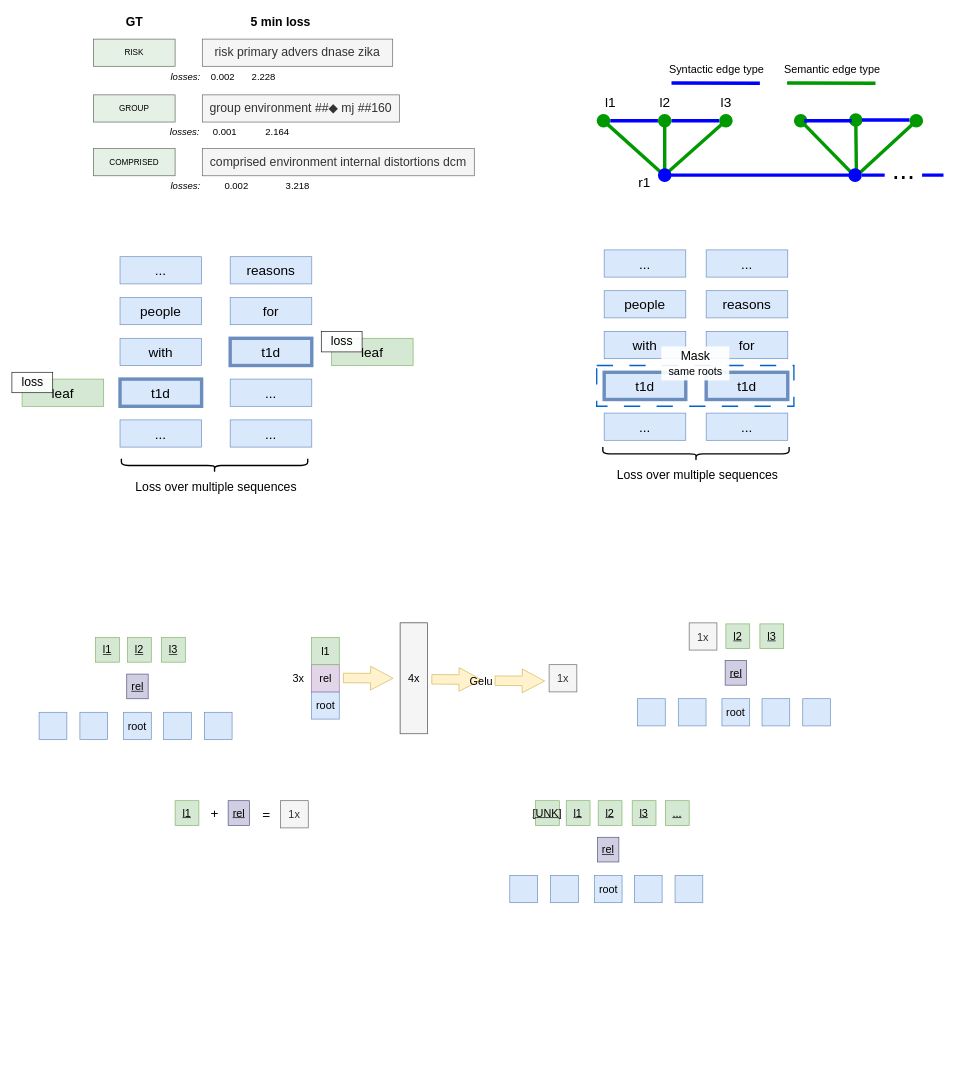
Above: page "Page-2" (2 of 2) of presentations/Untitled Diagram.drawio in across-stars/draw.io (draw.io), before the change. Source tidied: cells renumbered, new cells numbered last; positions are measured from the earlier drawing's top-left corner, leaving out a move shared by most shapes. Both pictures are drawn from the tidied source at 68%, with x=0, y=0 at pixel (12, 12).
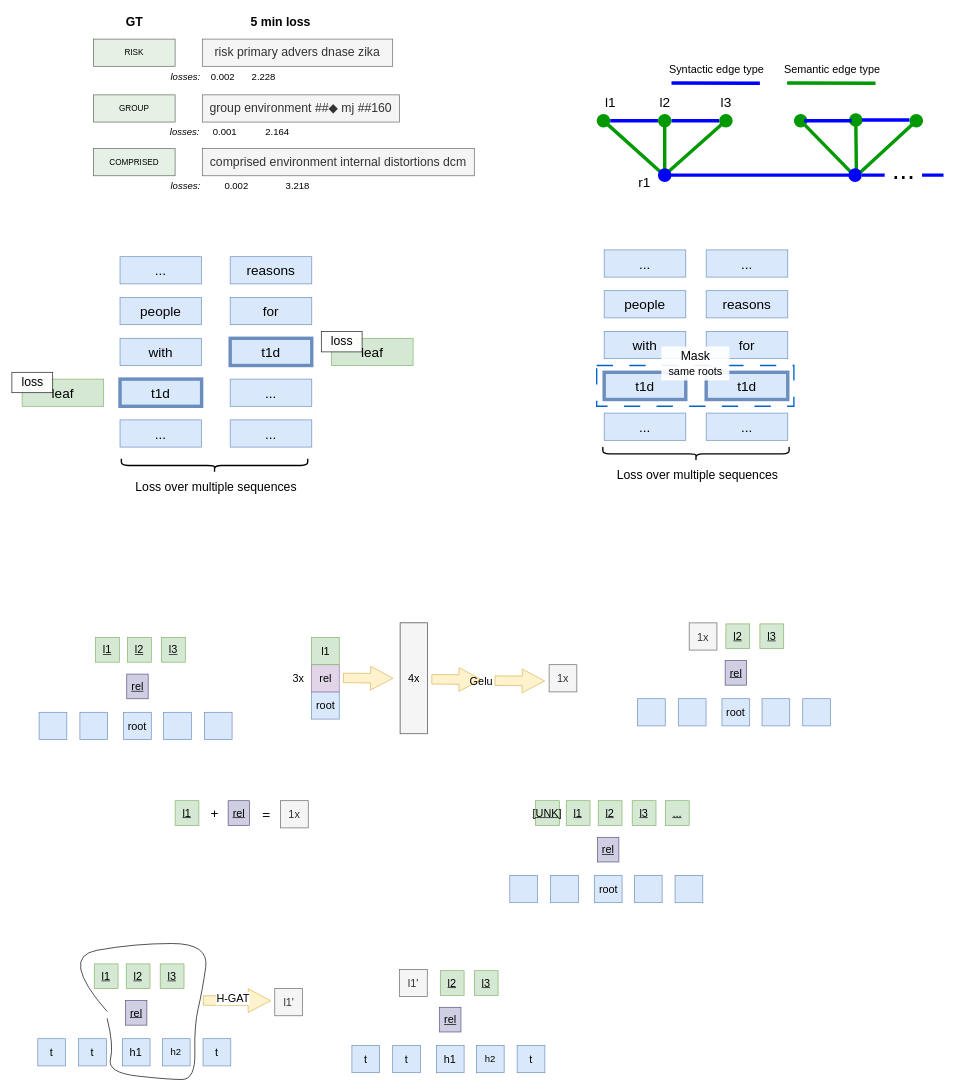
Above is the later version.

The edit, as a diff of the source:
```diff
@@
+    <mxCell id="116" value="&lt;font style=&quot;font-size: 16px;&quot;&gt;rel&lt;/font&gt;" style="rounded=0;whiteSpace=wrap;html=1;rotation=0;fillColor=#d0cee2;strokeColor=#56517e;fontStyle=4;" parent="1" vertex="1">
+      <mxGeometry x="167" y="1453.8" width="31.5" height="36.3" as="geometry" />
+    </mxCell>
+    <mxCell id="117" value="&lt;font style=&quot;font-size: 16px;&quot;&gt;l1&lt;/font&gt;" style="rounded=0;whiteSpace=wrap;html=1;rotation=0;fillColor=#d5e8d4;strokeColor=#82b366;fontStyle=4;" parent="1" vertex="1">
+      <mxGeometry x="121.1" y="1400" width="35" height="36.3" as="geometry" />
+    </mxCell>
+    <mxCell id="118" value="&lt;font style=&quot;font-size: 16px;&quot;&gt;l2&lt;/font&gt;" style="rounded=0;whiteSpace=wrap;html=1;rotation=0;fillColor=#d5e8d4;strokeColor=#82b366;fontStyle=4;" parent="1" vertex="1">
+      <mxGeometry x="168.1" y="1400" width="35" height="36.3" as="geometry" />
+    </mxCell>
+    <mxCell id="119" value="&lt;font style=&quot;font-size: 16px;&quot;&gt;l3&lt;/font&gt;" style="rounded=0;whiteSpace=wrap;html=1;rotation=0;fillColor=#d5e8d4;strokeColor=#82b366;fontStyle=4;" parent="1" vertex="1">
+      <mxGeometry x="218.1" y="1400" width="35" height="36.3" as="geometry" />
+    </mxCell>
+    <mxCell id="120" value="&lt;font size=&quot;3&quot;&gt;h1&lt;/font&gt;" style="rounded=0;whiteSpace=wrap;html=1;fillColor=#dae8fc;strokeColor=#6c8ebf;" parent="1" vertex="1">
+      <mxGeometry x="162.4" y="1510" width="40.8" height="40" as="geometry" />
+    </mxCell>
+    <mxCell id="121" value="&lt;font style=&quot;font-size: 14px;&quot;&gt;h2&lt;/font&gt;" style="rounded=0;whiteSpace=wrap;html=1;fillColor=#dae8fc;strokeColor=#6c8ebf;" parent="1" vertex="1">
+      <mxGeometry x="221.3" y="1510" width="40.8" height="40" as="geometry" />
+    </mxCell>
+    <mxCell id="122" value="&lt;font style=&quot;font-size: 16px;&quot;&gt;t&lt;/font&gt;" style="rounded=0;whiteSpace=wrap;html=1;fillColor=#dae8fc;strokeColor=#6c8ebf;" parent="1" vertex="1">
+      <mxGeometry x="281.1" y="1510" width="40.8" height="40" as="geometry" />
+    </mxCell>
+    <mxCell id="123" value="&lt;font style=&quot;font-size: 16px;&quot;&gt;t&lt;/font&gt;" style="rounded=0;whiteSpace=wrap;html=1;fillColor=#dae8fc;strokeColor=#6c8ebf;" parent="1" vertex="1">
+      <mxGeometry x="98.1" y="1510" width="40.8" height="40" as="geometry" />
+    </mxCell>
+    <mxCell id="124" value="&lt;font style=&quot;font-size: 16px;&quot;&gt;t&lt;/font&gt;" style="rounded=0;whiteSpace=wrap;html=1;fillColor=#dae8fc;strokeColor=#6c8ebf;" parent="1" vertex="1">
+      <mxGeometry x="38.1" y="1510" width="40.8" height="40" as="geometry" />
+    </mxCell>
+    <mxCell id="125" style="curved=1;endArrow=none;html=1;rounded=0;endFill=0;" parent="1" edge="1">
+      <mxGeometry relative="1" as="geometry">
+        <mxPoint x="140" y="1480" as="sourcePoint" />
+        <mxPoint x="140" y="1470" as="targetPoint" />
+        <Array as="points">
+          <mxPoint x="150" y="1520" />
+          <mxPoint x="140" y="1560" />
+          <mxPoint x="230" y="1570" />
+          <mxPoint x="270" y="1570" />
+          <mxPoint x="268.1" y="1490.1" />
+          <mxPoint x="280" y="1440" />
+          <mxPoint x="290" y="1370" />
+          <mxPoint x="180" y="1370" />
+          <mxPoint x="70" y="1390" />
+        </Array>
+      </mxGeometry>
+    </mxCell>
+    <mxCell id="126" style="shape=flexArrow;endArrow=classic;html=1;rounded=0;width=14;endSize=10.68;fillColor=#fff2cc;strokeColor=#d6b656;entryX=0;entryY=0.75;entryDx=0;entryDy=0;" parent="1" edge="1">
+      <mxGeometry relative="1" as="geometry">
+        <mxPoint x="281" y="1453.8" as="sourcePoint" />
+        <mxPoint x="381" y="1454.2" as="targetPoint" />
+      </mxGeometry>
+    </mxCell>
+    <mxCell id="127" value="&lt;font style=&quot;font-size: 16px;&quot;&gt;H-GAT&lt;/font&gt;" style="edgeLabel;html=1;align=center;verticalAlign=middle;" parent="126" vertex="1">
+      <mxGeometry x="-0.14" y="3" relative="1" as="geometry" />
+    </mxCell>
+    <mxCell id="128" value="&lt;font size=&quot;3&quot;&gt;l1'&lt;/font&gt;" style="rounded=0;whiteSpace=wrap;html=1;fillColor=#f5f5f5;strokeColor=#666666;fontColor=#333333;" parent="1" vertex="1">
+      <mxGeometry x="386.6" y="1436.3" width="40.8" height="40" as="geometry" />
+    </mxCell>
+    <mxCell id="129" value="&lt;font style=&quot;font-size: 16px;&quot;&gt;rel&lt;/font&gt;" style="rounded=0;whiteSpace=wrap;html=1;rotation=0;fillColor=#d0cee2;strokeColor=#56517e;fontStyle=4;" parent="1" vertex="1">
+      <mxGeometry x="628.9" y="1463.8" width="31.5" height="36.3" as="geometry" />
+    </mxCell>
+    <mxCell id="130" value="&lt;font style=&quot;font-size: 16px;&quot;&gt;l2&lt;/font&gt;" style="rounded=0;whiteSpace=wrap;html=1;rotation=0;fillColor=#d5e8d4;strokeColor=#82b366;fontStyle=4;" parent="1" vertex="1">
+      <mxGeometry x="630" y="1410" width="35" height="36.3" as="geometry" />
+    </mxCell>
+    <mxCell id="131" value="&lt;font style=&quot;font-size: 16px;&quot;&gt;l3&lt;/font&gt;" style="rounded=0;whiteSpace=wrap;html=1;rotation=0;fillColor=#d5e8d4;strokeColor=#82b366;fontStyle=4;" parent="1" vertex="1">
+      <mxGeometry x="680" y="1410" width="35" height="36.3" as="geometry" />
+    </mxCell>
+    <mxCell id="132" value="&lt;font size=&quot;3&quot;&gt;h1&lt;/font&gt;" style="rounded=0;whiteSpace=wrap;html=1;fillColor=#dae8fc;strokeColor=#6c8ebf;" parent="1" vertex="1">
+      <mxGeometry x="624.2" y="1520" width="40.8" height="40" as="geometry" />
+    </mxCell>
+    <mxCell id="133" value="&lt;font style=&quot;font-size: 14px;&quot;&gt;h2&lt;/font&gt;" style="rounded=0;whiteSpace=wrap;html=1;fillColor=#dae8fc;strokeColor=#6c8ebf;" parent="1" vertex="1">
+      <mxGeometry x="683.1" y="1520" width="40.8" height="40" as="geometry" />
+    </mxCell>
+    <mxCell id="134" value="&lt;font style=&quot;font-size: 16px;&quot;&gt;t&lt;/font&gt;" style="rounded=0;whiteSpace=wrap;html=1;fillColor=#dae8fc;strokeColor=#6c8ebf;" parent="1" vertex="1">
+      <mxGeometry x="743" y="1520" width="40.8" height="40" as="geometry" />
+    </mxCell>
+    <mxCell id="135" value="&lt;font style=&quot;font-size: 16px;&quot;&gt;t&lt;/font&gt;" style="rounded=0;whiteSpace=wrap;html=1;fillColor=#dae8fc;strokeColor=#6c8ebf;" parent="1" vertex="1">
+      <mxGeometry x="560" y="1520" width="40.8" height="40" as="geometry" />
+    </mxCell>
+    <mxCell id="136" value="&lt;font style=&quot;font-size: 16px;&quot;&gt;t&lt;/font&gt;" style="rounded=0;whiteSpace=wrap;html=1;fillColor=#dae8fc;strokeColor=#6c8ebf;" parent="1" vertex="1">
+      <mxGeometry x="500" y="1520" width="40.8" height="40" as="geometry" />
+    </mxCell>
+    <mxCell id="137" value="&lt;font size=&quot;3&quot;&gt;l1'&lt;/font&gt;" style="rounded=0;whiteSpace=wrap;html=1;fillColor=#f5f5f5;strokeColor=#666666;fontColor=#333333;" parent="1" vertex="1">
+      <mxGeometry x="570" y="1408.1" width="40.8" height="40" as="geometry" />
+    </mxCell>
```
